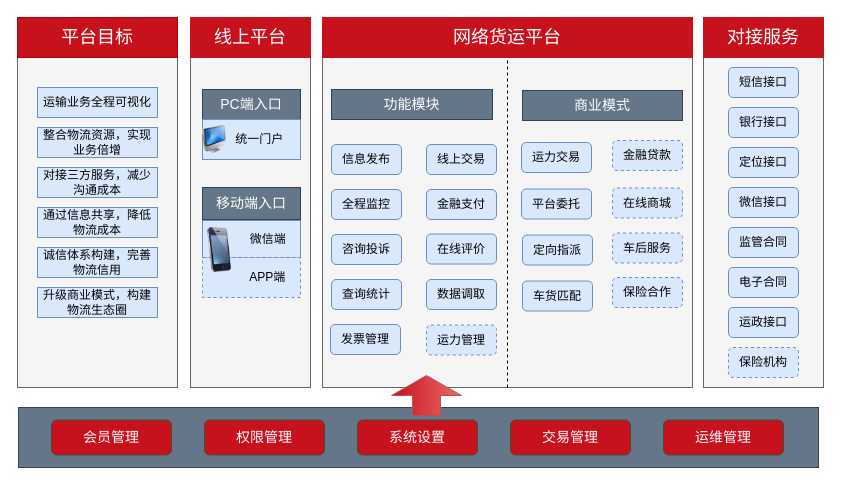
Earlier version of the draw.io diagram 平台功能架构图.drawio (chenyibang/rdpwrap). Source tidied: cells renumbered, new cells numbered last; positions are measured from the earlier drawing's top-left corner, leaving out a move shared by most shapes. Both pictures are drawn from the tidied source at 100%, with x=0, y=0 at pixel (17, 17).
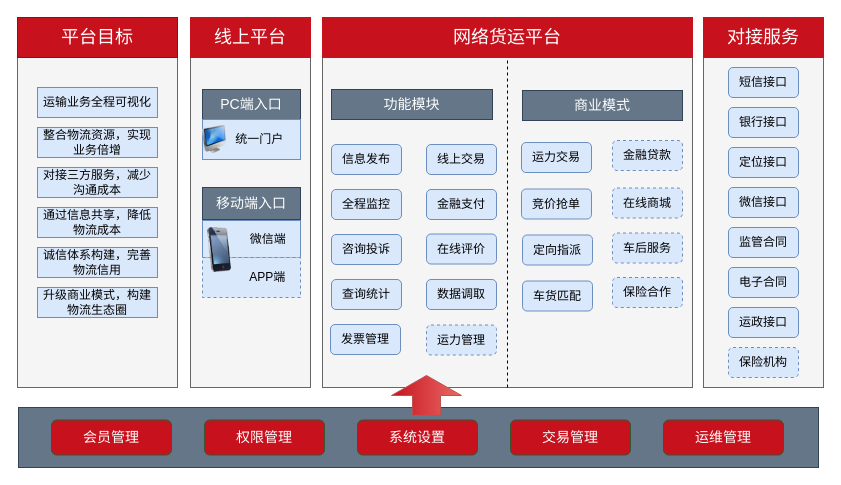
The same page after the edit.

Commit message:
更新平台功能架构图.drawio

What changed in the source:
```diff
@@
-    <mxCell id="42" value="平台委托" style="rounded=1;whiteSpace=wrap;html=1;fillColor=#dae8fc;strokeColor=#6c8ebf;" parent="1" vertex="1">
+    <mxCell id="42" value="竞价抢单" style="rounded=1;whiteSpace=wrap;html=1;fillColor=#dae8fc;strokeColor=#6c8ebf;" parent="1" vertex="1">
       <mxGeometry x="504" y="171.5" width="70" height="30" as="geometry" />
     </mxCell>
```
